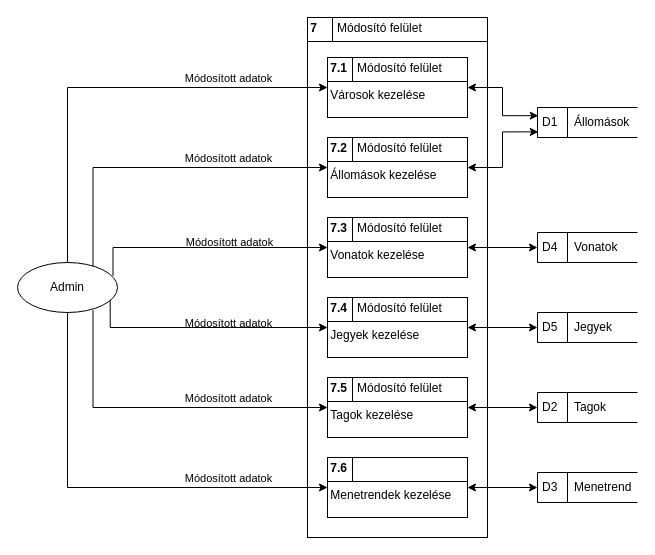
RevMarci/vasutmenetrend keeps this draw.io diagram as dokumentacio/logikai_fiziaki_adatfolyam/fizikai_adatfolyam_kezeles.drawio. Above is the earlier version. Source tidied: cells renumbered, new cells numbered last; positions are measured from the earlier drawing's top-left corner, leaving out a move shared by most shapes. Both pictures are drawn from the tidied source at 100%, with x=0, y=0 at pixel (17, 17).
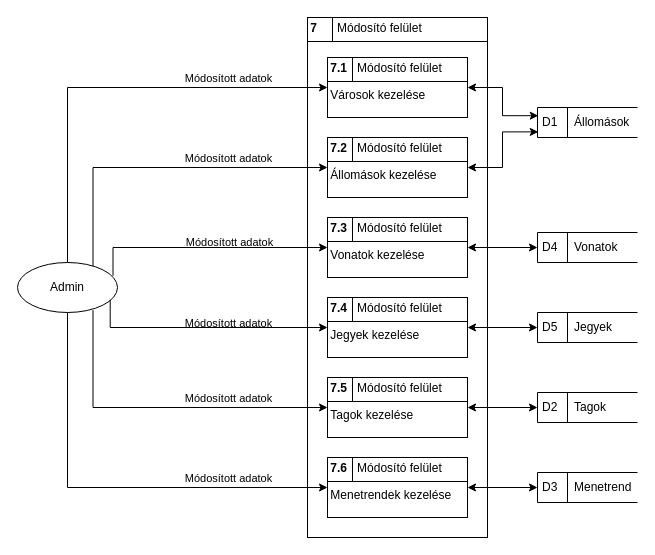
After the change.

Change to the diagram source:
```diff
@@
-    <mxCell id="26" value="&lt;p style=&quot;margin: 4px 0px 0px;&quot;&gt;&lt;b&gt;&amp;nbsp;7.6&lt;/b&gt;&lt;/p&gt;&lt;hr size=&quot;1&quot; style=&quot;border-style:solid;&quot;&gt;&lt;div style=&quot;height:2px;&quot;&gt;&amp;nbsp;Menetrendek kezelése&lt;/div&gt;" style="verticalAlign=top;align=left;overflow=fill;html=1;whiteSpace=wrap;" parent="1" vertex="1">
+    <mxCell id="26" value="&lt;p style=&quot;margin: 4px 0px 0px;&quot;&gt;&lt;b&gt;&amp;nbsp;7.6&amp;nbsp; &amp;nbsp;&lt;/b&gt;Módosító felület&lt;/p&gt;&lt;hr size=&quot;1&quot; style=&quot;border-style:solid;&quot;&gt;&lt;div style=&quot;height:2px;&quot;&gt;&amp;nbsp;Menetrendek kezelése&lt;/div&gt;" style="verticalAlign=top;align=left;overflow=fill;html=1;whiteSpace=wrap;" parent="1" vertex="1">
       <mxGeometry x="310" y="440" width="140" height="60" as="geometry" />
     </mxCell>
```
